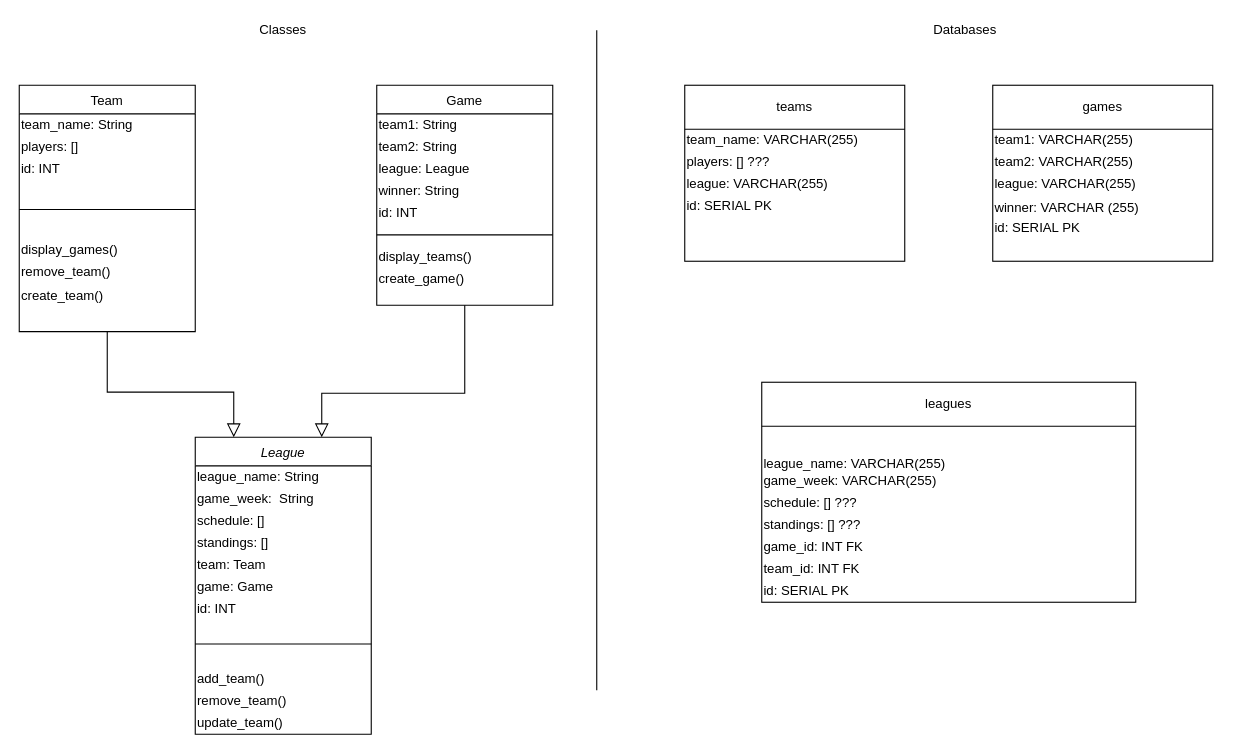
The draw.io diagram diagrams_and_templates/classes_databases_diagram.drawio in ckite82/solo_project_sports_score_app, before the edit. Source tidied: cells renumbered, new cells numbered last; positions are measured from the earlier drawing's top-left corner, leaving out a move shared by most shapes. Both pictures are drawn from the tidied source at 110%, with x=0, y=0 at pixel (19, 19).
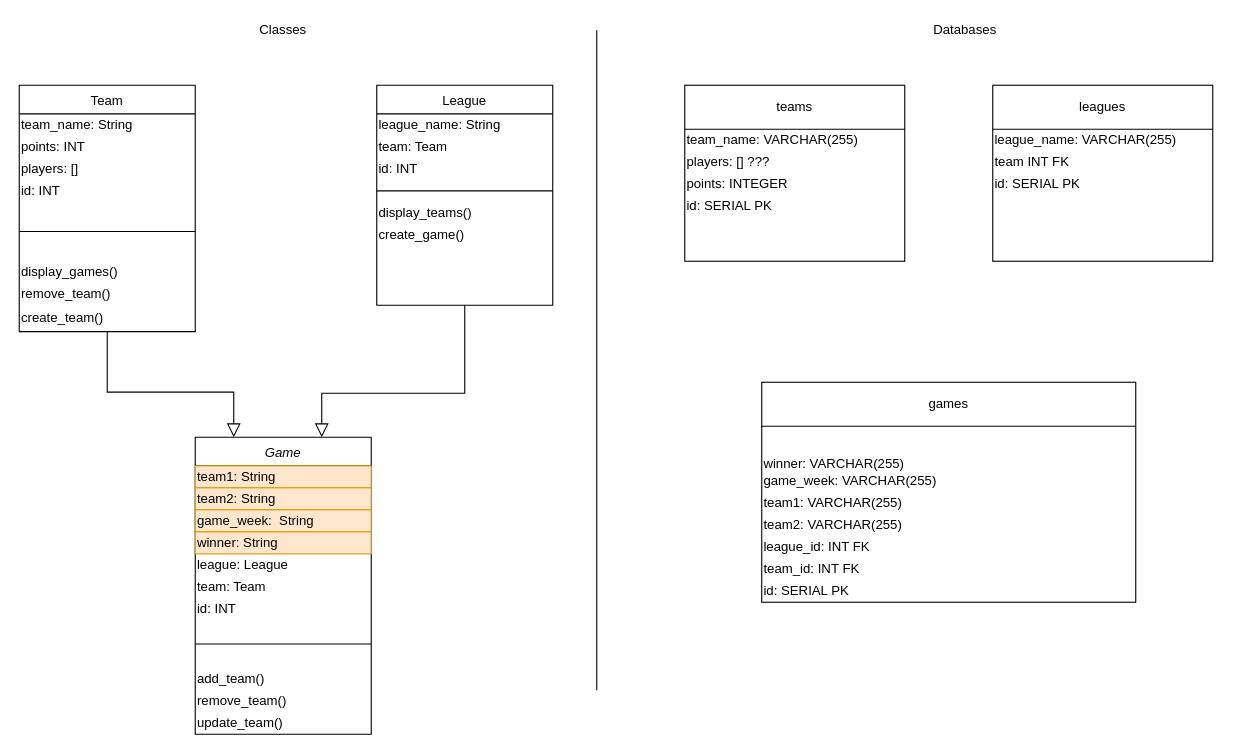
The same diagram, later.

The change refers to these unchanged cells:
```xml
<mxCell id="15" value="Team" style="swimlane;fontStyle=0;align=center;verticalAlign=top;horizontal=1;startSize=26;rounded=0;shadow=0;strokeWidth=1;" parent="1" vertex="1">
  <mxGeometry y="60" width="160" height="224" as="geometry" />
</mxCell>
```

Change to the diagram source:
```diff
@@
-    <mxCell id="13" value="leagues" style="text;html=1;strokeColor=none;fillColor=none;align=center;verticalAlign=middle;whiteSpace=wrap;rounded=0;" parent="1" vertex="1">
+    <mxCell id="13" value="games" style="text;html=1;strokeColor=none;fillColor=none;align=center;verticalAlign=middle;whiteSpace=wrap;rounded=0;" parent="1" vertex="1">
       <mxGeometry x="675" y="330" width="340" height="40" as="geometry" />
     </mxCell>
-    <mxCell id="14" value="games" style="text;html=1;strokeColor=none;fillColor=none;align=center;verticalAlign=middle;whiteSpace=wrap;rounded=0;" parent="1" vertex="1">
+    <mxCell id="14" value="leagues" style="text;html=1;strokeColor=none;fillColor=none;align=center;verticalAlign=middle;whiteSpace=wrap;rounded=0;" parent="1" vertex="1">
       <mxGeometry x="885" y="60" width="200" height="40" as="geometry" />
     </mxCell>
@@
+    <mxCell id="61" value="points: INT" style="text;html=1;strokeColor=none;fillColor=none;align=left;verticalAlign=middle;whiteSpace=wrap;rounded=0;" parent="15" vertex="1">
+      <mxGeometry y="46" width="160" height="20" as="geometry" />
+    </mxCell>
     <mxCell id="17" value="players: []" style="text;html=1;strokeColor=none;fillColor=none;align=left;verticalAlign=middle;whiteSpace=wrap;rounded=0;" parent="15" vertex="1">
-      <mxGeometry y="46" width="160" height="20" as="geometry" />
+      <mxGeometry y="66" width="160" height="20" as="geometry" />
     </mxCell>
     <mxCell id="18" value="id: INT" style="text;html=1;strokeColor=none;fillColor=none;align=left;verticalAlign=middle;whiteSpace=wrap;rounded=0;" parent="15" vertex="1">
-      <mxGeometry y="66" width="160" height="20" as="geometry" />
+      <mxGeometry y="86" width="160" height="20" as="geometry" />
     </mxCell>
     <mxCell id="19" style="line;html=1;strokeWidth=1;align=left;verticalAlign=middle;spacingTop=-1;spacingLeft=3;spacingRight=3;labelPosition=right;" parent="15" vertex="1">
-      <mxGeometry y="86" width="160" height="54" as="geometry" />
+      <mxGeometry y="106" width="160" height="54" as="geometry" />
     </mxCell>
     <mxCell id="20" value="display_games()" style="text;html=1;strokeColor=none;fillColor=none;align=left;verticalAlign=middle;whiteSpace=wrap;rounded=0;" parent="15" vertex="1">
-      <mxGeometry y="140" width="160" height="20" as="geometry" />
+      <mxGeometry y="160" width="160" height="20" as="geometry" />
     </mxCell>
     <mxCell id="21" value="remove_team()" style="text;html=1;strokeColor=none;fillColor=none;align=left;verticalAlign=middle;whiteSpace=wrap;rounded=0;" parent="15" vertex="1">
-      <mxGeometry y="160" width="160" height="20" as="geometry" />
+      <mxGeometry y="180" width="160" height="20" as="geometry" />
     </mxCell>
     <mxCell id="22" value="create_team()" style="text;html=1;strokeColor=none;fillColor=none;align=left;verticalAlign=middle;whiteSpace=wrap;rounded=0;" parent="15" vertex="1">
-      <mxGeometry y="180" width="160" height="24" as="geometry" />
+      <mxGeometry y="200" width="160" height="24" as="geometry" />
     </mxCell>
-    <mxCell id="23" value="League" style="swimlane;fontStyle=2;align=center;verticalAlign=top;horizontal=1;startSize=26;rounded=0;shadow=0;strokeWidth=1;" parent="1" vertex="1">
+    <mxCell id="23" value="Game" style="swimlane;fontStyle=2;align=center;verticalAlign=top;horizontal=1;startSize=26;rounded=0;shadow=0;strokeWidth=1;" parent="1" vertex="1">
       <mxGeometry x="160" y="380" width="160" height="270" as="geometry" />
     </mxCell>
-    <mxCell id="24" value="league_name: String" style="text;html=1;strokeColor=none;fillColor=none;align=left;verticalAlign=middle;whiteSpace=wrap;rounded=0;" parent="23" vertex="1">
-      <mxGeometry y="26" width="160" height="20" as="geometry" />
-    </mxCell>
-    <mxCell id="25" value="game_week:&amp;nbsp; String" style="text;html=1;strokeColor=none;fillColor=none;align=left;verticalAlign=middle;whiteSpace=wrap;rounded=0;" parent="23" vertex="1">
-      <mxGeometry y="46" width="160" height="20" as="geometry" />
-    </mxCell>
-    <mxCell id="26" value="schedule: []" style="text;html=1;strokeColor=none;fillColor=none;align=left;verticalAlign=middle;whiteSpace=wrap;rounded=0;" parent="23" vertex="1">
-      <mxGeometry y="66" width="160" height="20" as="geometry" />
+    <mxCell id="26" value="team1: String" style="text;html=1;strokeColor=#d79b00;fillColor=#ffe6cc;align=left;verticalAlign=middle;whiteSpace=wrap;rounded=0;" parent="23" vertex="1">
+      <mxGeometry y="26" width="160" height="20" as="geometry" />
     </mxCell>
-    <mxCell id="27" value="standings: []" style="text;html=1;strokeColor=none;fillColor=none;align=left;verticalAlign=middle;whiteSpace=wrap;rounded=0;" parent="23" vertex="1">
-      <mxGeometry y="86" width="160" height="20" as="geometry" />
+    <mxCell id="27" value="team2: String" style="text;html=1;strokeColor=#d79b00;fillColor=#ffe6cc;align=left;verticalAlign=middle;whiteSpace=wrap;rounded=0;" parent="23" vertex="1">
+      <mxGeometry y="46" width="160" height="20" as="geometry" />
     </mxCell>
+    <mxCell id="25" value="game_week:&amp;nbsp; String" style="text;html=1;strokeColor=#d79b00;fillColor=#ffe6cc;align=left;verticalAlign=middle;whiteSpace=wrap;rounded=0;" parent="23" vertex="1">
+      <mxGeometry y="66" width="160" height="20" as="geometry" />
+    </mxCell>
+    <mxCell id="29" value="winner: String" style="text;html=1;strokeColor=#d79b00;fillColor=#ffe6cc;align=left;verticalAlign=middle;whiteSpace=wrap;rounded=0;" parent="23" vertex="1">
+      <mxGeometry y="86" width="160" height="20" as="geometry" />
+    </mxCell>
+    <mxCell id="24" value="league: League" style="text;html=1;strokeColor=none;fillColor=none;align=left;verticalAlign=middle;whiteSpace=wrap;rounded=0;" parent="23" vertex="1">
+      <mxGeometry y="106" width="160" height="20" as="geometry" />
+    </mxCell>
     <mxCell id="28" value="team: Team" style="text;html=1;strokeColor=none;fillColor=none;align=left;verticalAlign=middle;whiteSpace=wrap;rounded=0;" parent="23" vertex="1">
-      <mxGeometry y="106" width="160" height="20" as="geometry" />
+      <mxGeometry y="126" width="160" height="20" as="geometry" />
     </mxCell>
-    <mxCell id="29" value="game: Game" style="text;html=1;strokeColor=none;fillColor=none;align=left;verticalAlign=middle;whiteSpace=wrap;rounded=0;" parent="23" vertex="1">
-      <mxGeometry y="126" width="160" height="20" as="geometry" />
-    </mxCell>
@@
-    <mxCell id="38" value="team1: VARCHAR(255)" style="text;html=1;strokeColor=none;fillColor=none;align=left;verticalAlign=middle;whiteSpace=wrap;rounded=0;" parent="1" vertex="1">
+    <mxCell id="38" value="league_name: VARCHAR(255)" style="text;html=1;strokeColor=none;fillColor=none;align=left;verticalAlign=middle;whiteSpace=wrap;rounded=0;" parent="1" vertex="1">
       <mxGeometry x="885" y="100" width="200" height="20" as="geometry" />
     </mxCell>
     <mxCell id="39" value="id: SERIAL PK" style="text;html=1;strokeColor=none;fillColor=none;align=left;verticalAlign=middle;whiteSpace=wrap;rounded=0;" parent="1" vertex="1">
-      <mxGeometry x="885" y="180" width="200" height="20" as="geometry" />
+      <mxGeometry x="885" y="140" width="200" height="20" as="geometry" />
     </mxCell>
@@
-    <mxCell id="43" value="league_name: VARCHAR(255)" style="text;html=1;strokeColor=none;fillColor=none;align=left;verticalAlign=middle;whiteSpace=wrap;rounded=0;" parent="1" vertex="1">
-      <mxGeometry x="675" y="394" width="340" height="20" as="geometry" />
-    </mxCell>
-    <mxCell id="44" value="schedule: [] ???" style="text;html=1;strokeColor=none;fillColor=none;align=left;verticalAlign=middle;whiteSpace=wrap;rounded=0;" parent="1" vertex="1">
+    <mxCell id="44" value="team1: VARCHAR(255)" style="text;html=1;strokeColor=none;fillColor=none;align=left;verticalAlign=middle;whiteSpace=wrap;rounded=0;" parent="1" vertex="1">
       <mxGeometry x="675" y="430" width="340" height="20" as="geometry" />
     </mxCell>
-    <mxCell id="45" value="standings: [] ???" style="text;html=1;strokeColor=none;fillColor=none;align=left;verticalAlign=middle;whiteSpace=wrap;rounded=0;" parent="1" vertex="1">
+    <mxCell id="45" value="team2: VARCHAR(255)" style="text;html=1;strokeColor=none;fillColor=none;align=left;verticalAlign=middle;whiteSpace=wrap;rounded=0;" parent="1" vertex="1">
       <mxGeometry x="675" y="450" width="340" height="20" as="geometry" />
     </mxCell>
-    <mxCell id="46" value="Game" style="swimlane;fontStyle=0;align=center;verticalAlign=top;horizontal=1;startSize=26;rounded=0;shadow=0;strokeWidth=1;" parent="1" vertex="1">
+    <mxCell id="46" value="League" style="swimlane;fontStyle=0;align=center;verticalAlign=top;horizontal=1;startSize=26;rounded=0;shadow=0;strokeWidth=1;" parent="1" vertex="1">
       <mxGeometry x="325" y="60" width="160" height="200" as="geometry" />
     </mxCell>
-    <mxCell id="47" value="team1: String" style="text;html=1;strokeColor=none;fillColor=none;align=left;verticalAlign=middle;whiteSpace=wrap;rounded=0;" parent="46" vertex="1">
+    <mxCell id="47" value="league_name: String" style="text;html=1;strokeColor=none;fillColor=none;align=left;verticalAlign=middle;whiteSpace=wrap;rounded=0;" parent="46" vertex="1">
       <mxGeometry y="26" width="160" height="20" as="geometry" />
     </mxCell>
-    <mxCell id="48" value="team2: String" style="text;html=1;strokeColor=none;fillColor=none;align=left;verticalAlign=middle;whiteSpace=wrap;rounded=0;" parent="46" vertex="1">
+    <mxCell id="48" value="team: Team" style="text;html=1;strokeColor=none;fillColor=none;align=left;verticalAlign=middle;whiteSpace=wrap;rounded=0;" parent="46" vertex="1">
       <mxGeometry y="46" width="160" height="20" as="geometry" />
     </mxCell>
-    <mxCell id="49" value="league: League" style="text;html=1;strokeColor=none;fillColor=none;align=left;verticalAlign=middle;whiteSpace=wrap;rounded=0;" parent="46" vertex="1">
-      <mxGeometry y="66" width="160" height="20" as="geometry" />
-    </mxCell>
-    <mxCell id="50" value="winner: String" style="text;html=1;strokeColor=none;fillColor=none;align=left;verticalAlign=middle;whiteSpace=wrap;rounded=0;" parent="46" vertex="1">
-      <mxGeometry y="86" width="160" height="20" as="geometry" />
-    </mxCell>
     <mxCell id="51" value="id: INT" style="text;html=1;strokeColor=none;fillColor=none;align=left;verticalAlign=middle;whiteSpace=wrap;rounded=0;" parent="46" vertex="1">
-      <mxGeometry y="106" width="160" height="20" as="geometry" />
+      <mxGeometry y="66" width="160" height="20" as="geometry" />
     </mxCell>
     <mxCell id="52" style="line;html=1;strokeWidth=1;align=left;verticalAlign=middle;spacingTop=-1;spacingLeft=3;spacingRight=3;labelPosition=right;" parent="46" vertex="1">
-      <mxGeometry y="126" width="160" height="20" as="geometry" />
+      <mxGeometry y="86" width="160" height="20" as="geometry" />
     </mxCell>
     <mxCell id="53" value="display_teams()" style="text;html=1;strokeColor=none;fillColor=none;align=left;verticalAlign=middle;whiteSpace=wrap;rounded=0;" parent="46" vertex="1">
-      <mxGeometry y="146" width="160" height="20" as="geometry" />
+      <mxGeometry y="106" width="160" height="20" as="geometry" />
     </mxCell>
     <mxCell id="54" value="create_game()" style="text;html=1;strokeColor=none;fillColor=none;align=left;verticalAlign=middle;whiteSpace=wrap;rounded=0;" parent="46" vertex="1">
-      <mxGeometry y="166" width="160" height="20" as="geometry" />
+      <mxGeometry y="126" width="160" height="20" as="geometry" />
     </mxCell>
-    <mxCell id="55" value="league: VARCHAR(255)" style="text;html=1;strokeColor=none;fillColor=none;align=left;verticalAlign=middle;whiteSpace=wrap;rounded=0;" parent="1" vertex="1">
+    <mxCell id="55" value="points: INTEGER" style="text;html=1;strokeColor=none;fillColor=none;align=left;verticalAlign=middle;whiteSpace=wrap;rounded=0;" parent="1" vertex="1">
       <mxGeometry x="605" y="140" width="200" height="20" as="geometry" />
     </mxCell>
-    <mxCell id="56" value="winner: VARCHAR (255)" style="text;html=1;strokeColor=none;fillColor=none;align=left;verticalAlign=middle;whiteSpace=wrap;rounded=0;" parent="1" vertex="1">
-      <mxGeometry x="885" y="162" width="200" height="20" as="geometry" />
-    </mxCell>
-    <mxCell id="57" value="league: VARCHAR(255)" style="text;html=1;strokeColor=none;fillColor=none;align=left;verticalAlign=middle;whiteSpace=wrap;rounded=0;" parent="1" vertex="1">
-      <mxGeometry x="885" y="140" width="200" height="20" as="geometry" />
-    </mxCell>
-    <mxCell id="58" value="team2: VARCHAR(255)" style="text;html=1;strokeColor=none;fillColor=none;align=left;verticalAlign=middle;whiteSpace=wrap;rounded=0;" parent="1" vertex="1">
+    <mxCell id="58" value="team INT FK" style="text;html=1;strokeColor=none;fillColor=none;align=left;verticalAlign=middle;whiteSpace=wrap;rounded=0;" parent="1" vertex="1">
       <mxGeometry x="885" y="120" width="200" height="20" as="geometry" />
     </mxCell>
-    <mxCell id="59" value="game_id: INT FK" style="text;html=1;strokeColor=none;fillColor=none;align=left;verticalAlign=middle;whiteSpace=wrap;rounded=0;" parent="1" vertex="1">
+    <mxCell id="59" value="league_id: INT FK" style="text;html=1;strokeColor=none;fillColor=none;align=left;verticalAlign=middle;whiteSpace=wrap;rounded=0;" parent="1" vertex="1">
       <mxGeometry x="675" y="470" width="340" height="20" as="geometry" />
     </mxCell>
@@
+    <mxCell id="62" value="winner: VARCHAR(255)" style="text;html=1;strokeColor=none;fillColor=none;align=left;verticalAlign=middle;whiteSpace=wrap;rounded=0;" parent="1" vertex="1">
+      <mxGeometry x="675" y="394" width="340" height="20" as="geometry" />
+    </mxCell>
```
